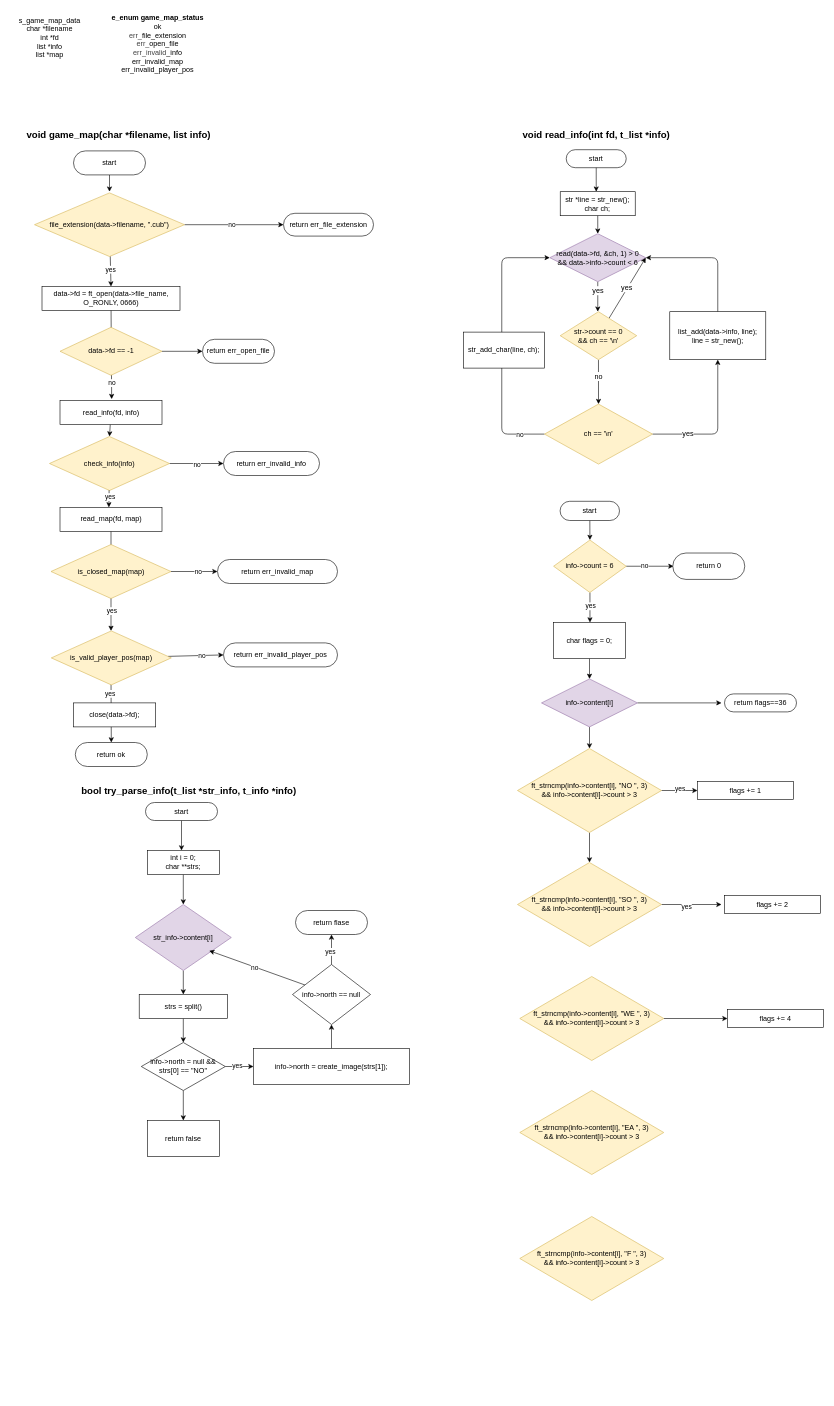
This is game_map/design.drawio from AzzaouiAlae/Cub3D, a draw.io file, before an edit. Source tidied: cells renumbered, new cells numbered last; positions are measured from the earlier drawing's top-left corner, leaving out a move shared by most shapes. Both pictures are drawn from the tidied source at 60%, with x=0, y=0 at pixel (10, 10).
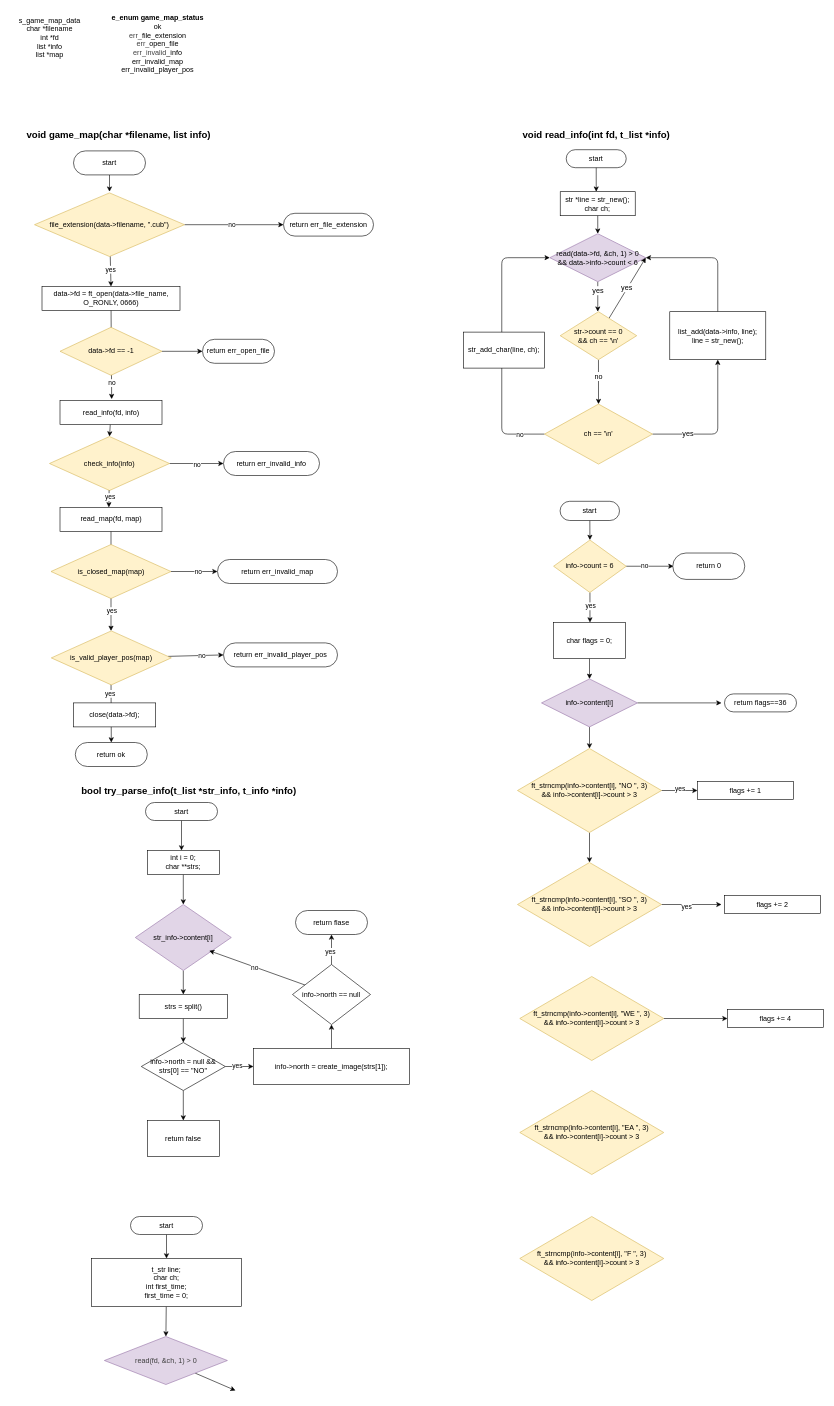
Above is the later version.

The edit, as a diff of the source:
```diff
@@
+    <mxCell id="114" style="edgeStyle=none;html=1;" parent="1" edge="1" source="115">
+      <mxGeometry relative="1" as="geometry">
+        <mxPoint x="260" y="2080" as="targetPoint" />
+      </mxGeometry>
+    </mxCell>
+    <mxCell id="115" value="start" style="rounded=1;whiteSpace=wrap;html=1;arcSize=50;" parent="1" vertex="1">
+      <mxGeometry x="200" y="2010" width="120" height="30" as="geometry" />
+    </mxCell>
+    <mxCell id="116" style="edgeStyle=none;html=1;entryX=0.5;entryY=0;entryDx=0;entryDy=0;" parent="1" edge="1" source="117" target="119">
+      <mxGeometry relative="1" as="geometry" />
+    </mxCell>
+    <mxCell id="117" value="t_str line;&lt;div&gt;char ch;&lt;/div&gt;&lt;div&gt;int first_time;&lt;/div&gt;&lt;div&gt;first_time = 0;&lt;/div&gt;" style="rounded=0;whiteSpace=wrap;html=1;" parent="1" vertex="1">
+      <mxGeometry x="135" y="2080" width="250" height="80" as="geometry" />
+    </mxCell>
+    <mxCell id="118" style="edgeStyle=none;html=1;" parent="1" edge="1" source="119">
+      <mxGeometry relative="1" as="geometry">
+        <mxPoint x="375" y="2300" as="targetPoint" />
+      </mxGeometry>
+    </mxCell>
+    <mxCell id="119" value="&lt;span style=&quot;color: rgb(63, 63, 63);&quot;&gt;read(fd, &amp;amp;ch, 1) &amp;gt; 0&lt;/span&gt;" style="rhombus;whiteSpace=wrap;html=1;fillColor=#e1d5e7;strokeColor=#9673a6;" parent="1" vertex="1">
+      <mxGeometry x="156.5" y="2210" width="205" height="80" as="geometry" />
+    </mxCell>
```
